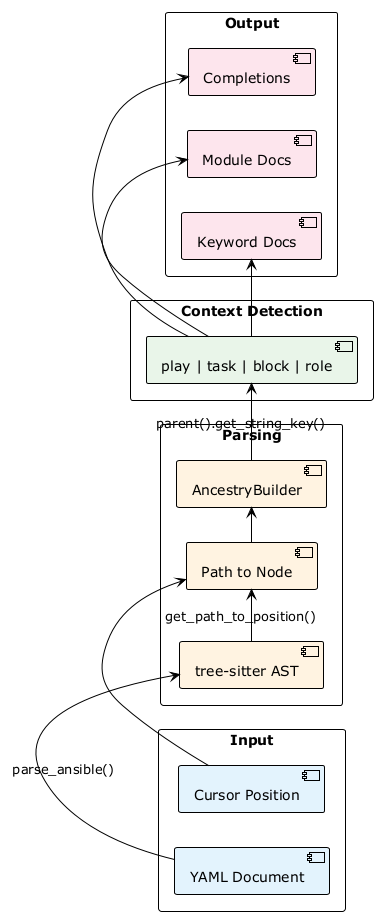
Earlier version of the PlantUML export images/dataflow.png (Tremolo-Labs/ansible-language-server).
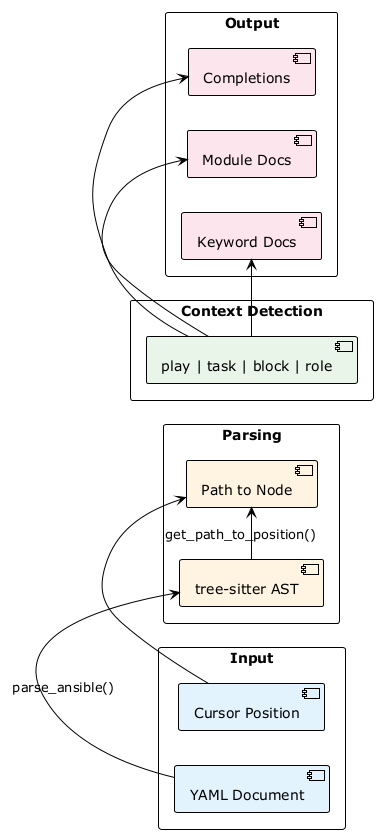
After the commit.

What changed in the source:
```diff
@@ -11,7 +11,6 @@
 package "Parsing" {
   [tree-sitter AST] as tree #fff3e0
   [Path to Node] as path #fff3e0
-  [AncestryBuilder] as ancestry #fff3e0
 }
 
 package "Context Detection" {
@@ -27,8 +26,7 @@
 doc -right-> tree : parse_ansible()
 pos -right-> path
 tree -right-> path : get_path_to_position()
-path -right-> ancestry
-ancestry -right-> ctx : parent().get_string_key()
+
 ctx -right-> kw
 ctx -right-> mod
 ctx -right-> comp
```
